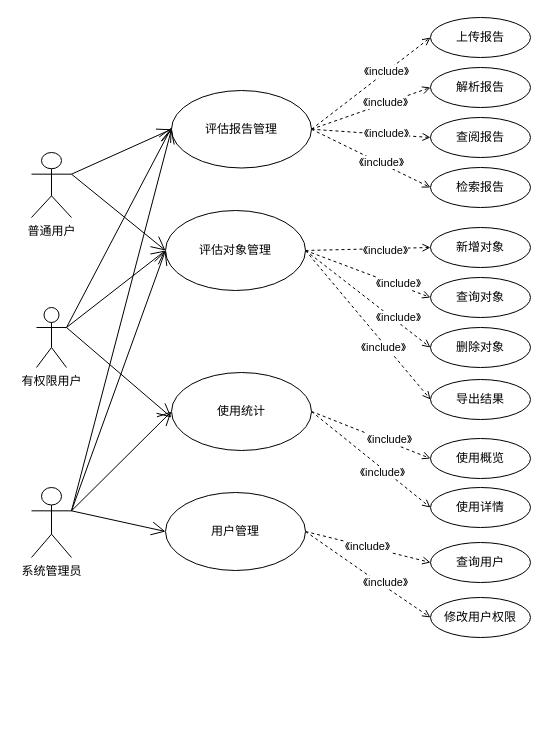
Above: user_case.drawio in lang22/DocAI_UML (draw.io), before the change. Source tidied: cells renumbered, new cells numbered last; positions are measured from the earlier drawing's top-left corner, leaving out a move shared by most shapes. Both pictures are drawn from the tidied source at 100%, with x=0, y=0 at pixel (31, 17).
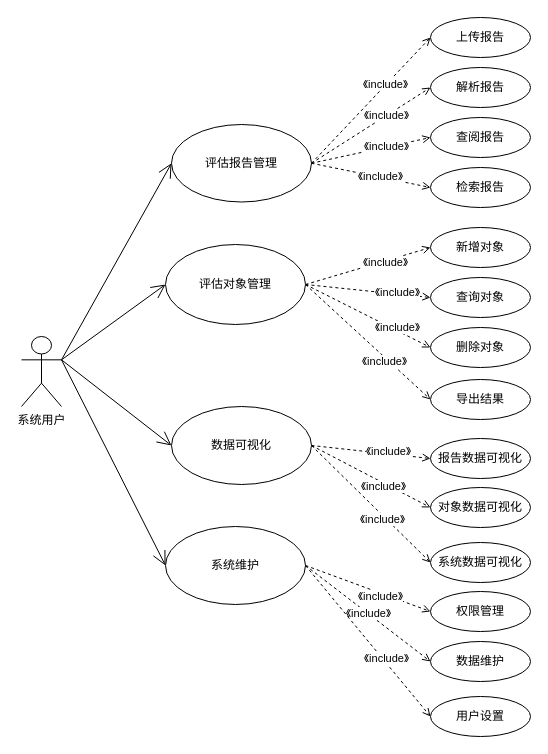
After the change.

What changed in the source:
```diff
@@
     <mxCell id="6" value="评估报告管理" style="ellipse;whiteSpace=wrap;html=1;" parent="1" vertex="1">
-      <mxGeometry x="140" y="73" width="140" height="77.5" as="geometry" />
+      <mxGeometry x="140" y="107" width="140" height="77.5" as="geometry" />
     </mxCell>
@@
-    <mxCell id="11" value="使用统计" style="ellipse;whiteSpace=wrap;html=1;" parent="1" vertex="1">
-      <mxGeometry x="140" y="355" width="140" height="78" as="geometry" />
+    <mxCell id="11" value="数据可视化" style="ellipse;whiteSpace=wrap;html=1;" parent="1" vertex="1">
+      <mxGeometry x="140" y="389" width="140" height="78" as="geometry" />
     </mxCell>
@@
     <mxCell id="13" style="edgeStyle=none;rounded=0;jettySize=auto;html=1;exitX=1;exitY=0.5;exitDx=0;exitDy=0;entryX=0;entryY=0.5;entryDx=0;entryDy=0;dashed=1;endArrow=open;endFill=0;" parent="1" edge="1" source="15" target="44">
-      <mxGeometry relative="1" as="geometry">
-        <Array as="points">
-          <mxPoint x="340" y="560" />
-        </Array>
-      </mxGeometry>
+      <mxGeometry relative="1" as="geometry" />
     </mxCell>
@@
-    <mxCell id="15" value="用户管理" style="ellipse;whiteSpace=wrap;html=1;" parent="1" vertex="1">
-      <mxGeometry x="134" y="475" width="140" height="78" as="geometry" />
+    <mxCell id="15" value="系统维护" style="ellipse;whiteSpace=wrap;html=1;" parent="1" vertex="1">
+      <mxGeometry x="134" y="509" width="140" height="78" as="geometry" />
     </mxCell>
@@
     <mxCell id="24" value="评估对象管理" style="ellipse;whiteSpace=wrap;html=1;" parent="1" vertex="1">
-      <mxGeometry x="134" y="193" width="140" height="80" as="geometry" />
+      <mxGeometry x="134" y="227" width="140" height="80" as="geometry" />
     </mxCell>
-    <mxCell id="25" value="系统管理员" style="shape=umlActor;verticalLabelPosition=bottom;verticalAlign=top;html=1;" parent="1" vertex="1">
-      <mxGeometry y="470" width="40" height="70" as="geometry" />
+    <mxCell id="25" value="系统用户" style="shape=umlActor;verticalLabelPosition=bottom;verticalAlign=top;html=1;" parent="1" vertex="1">
+      <mxGeometry x="-10" y="319" width="40" height="70" as="geometry" />
     </mxCell>
-    <mxCell id="26" value="普通用户" style="shape=umlActor;verticalLabelPosition=bottom;verticalAlign=top;html=1;" parent="1" vertex="1">
-      <mxGeometry y="135" width="40" height="65" as="geometry" />
-    </mxCell>
@@
-    <mxCell id="35" value="使用概览" style="ellipse;whiteSpace=wrap;html=1;" parent="1" vertex="1">
+    <mxCell id="35" value="报告数据可视化" style="ellipse;whiteSpace=wrap;html=1;" parent="1" vertex="1">
       <mxGeometry x="399" y="421" width="100" height="40" as="geometry" />
     </mxCell>
@@
-    <mxCell id="42" value="使用详情" style="ellipse;whiteSpace=wrap;html=1;" parent="1" vertex="1">
+    <mxCell id="42" value="对象数据可视化" style="ellipse;whiteSpace=wrap;html=1;" parent="1" vertex="1">
       <mxGeometry x="399" y="470" width="100" height="40" as="geometry" />
     </mxCell>
-    <mxCell id="43" value="查询用户" style="ellipse;whiteSpace=wrap;html=1;" parent="1" vertex="1">
-      <mxGeometry x="399" y="525" width="100" height="40" as="geometry" />
+    <mxCell id="43" value="数据维护" style="ellipse;whiteSpace=wrap;html=1;" parent="1" vertex="1">
+      <mxGeometry x="399" y="624" width="100" height="40" as="geometry" />
     </mxCell>
-    <mxCell id="44" value="修改用户权限" style="ellipse;whiteSpace=wrap;html=1;" parent="1" vertex="1">
-      <mxGeometry x="399" y="580" width="100" height="40" as="geometry" />
+    <mxCell id="44" value="用户设置" style="ellipse;whiteSpace=wrap;html=1;" parent="1" vertex="1">
+      <mxGeometry x="399" y="679" width="100" height="40" as="geometry" />
     </mxCell>
-    <mxCell id="45" value="有权限用户" style="shape=umlActor;verticalLabelPosition=bottom;verticalAlign=top;html=1;" parent="1" vertex="1">
-      <mxGeometry x="5" y="290" width="30" height="60" as="geometry" />
-    </mxCell>
@@
-    <mxCell id="48" style="endArrow=open;endSize=12;html=1;rounded=0;exitX=1;exitY=0.3333333333333333;exitDx=0;exitDy=0;exitPerimeter=0;" parent="1" edge="1" source="45">
-      <mxGeometry x="0.14" y="-19" relative="1" as="geometry">
-        <mxPoint x="140" y="110" as="targetPoint" />
-      </mxGeometry>
-    </mxCell>
-    <mxCell id="49" style="endArrow=open;endSize=12;html=1;rounded=0;exitX=1;exitY=0.3333333333333333;exitDx=0;exitDy=0;exitPerimeter=0;entryX=0;entryY=0.5;entryDx=0;entryDy=0;" parent="1" edge="1" source="45" target="24">
-      <mxGeometry x="0.14" y="-19" relative="1" as="geometry" />
-    </mxCell>
-    <mxCell id="50" style="endArrow=open;endSize=12;html=1;rounded=0;exitX=1;exitY=0.3333333333333333;exitDx=0;exitDy=0;exitPerimeter=0;" parent="1" edge="1" source="45">
-      <mxGeometry x="0.14" y="-19" relative="1" as="geometry">
-        <mxPoint x="140" y="400" as="targetPoint" />
-      </mxGeometry>
-    </mxCell>
-    <mxCell id="51" style="endArrow=open;endSize=12;html=1;rounded=0;exitX=1;exitY=0.3333333333333333;exitDx=0;exitDy=0;exitPerimeter=0;entryX=0;entryY=0.5;entryDx=0;entryDy=0;" parent="1" edge="1" source="26" target="6">
-      <mxGeometry x="0.14" y="-19" relative="1" as="geometry" />
-    </mxCell>
-    <mxCell id="52" style="endArrow=open;endSize=12;html=1;rounded=0;exitX=1;exitY=0.3333333333333333;exitDx=0;exitDy=0;exitPerimeter=0;entryX=0;entryY=0.5;entryDx=0;entryDy=0;" parent="1" edge="1" source="26" target="24">
-      <mxGeometry x="0.14" y="-19" relative="1" as="geometry" />
-    </mxCell>
+    <mxCell id="53" value="系统数据可视化" style="ellipse;whiteSpace=wrap;html=1;" parent="1" vertex="1">
+      <mxGeometry x="399" y="525" width="100" height="40" as="geometry" />
+    </mxCell>
+    <mxCell id="54" style="edgeStyle=none;rounded=0;jettySize=auto;html=1;exitX=1;exitY=0.5;exitDx=0;exitDy=0;entryX=0;entryY=0.5;entryDx=0;entryDy=0;dashed=1;endArrow=open;endFill=0;" parent="1" edge="1" source="11" target="53">
+      <mxGeometry relative="1" as="geometry" />
+    </mxCell>
+    <mxCell id="55" value="《include》" style="edgeLabel;html=1;align=center;verticalAlign=middle;" parent="54" vertex="1">
+      <mxGeometry x="0.22" y="-3" relative="1" as="geometry" />
+    </mxCell>
+    <mxCell id="56" value="权限管理" style="ellipse;whiteSpace=wrap;html=1;" parent="1" vertex="1">
+      <mxGeometry x="399" y="574" width="100" height="40" as="geometry" />
+    </mxCell>
+    <mxCell id="57" style="edgeStyle=none;rounded=0;jettySize=auto;html=1;exitX=1;exitY=0.5;exitDx=0;exitDy=0;entryX=0;entryY=0.5;entryDx=0;entryDy=0;dashed=1;endArrow=open;endFill=0;" parent="1" edge="1" source="15" target="56">
+      <mxGeometry relative="1" as="geometry" />
+    </mxCell>
+    <mxCell id="58" value="《include》" style="edgeLabel;html=1;align=center;verticalAlign=middle;" parent="57" vertex="1">
+      <mxGeometry x="0.22" y="-3" relative="1" as="geometry" />
+    </mxCell>
```
